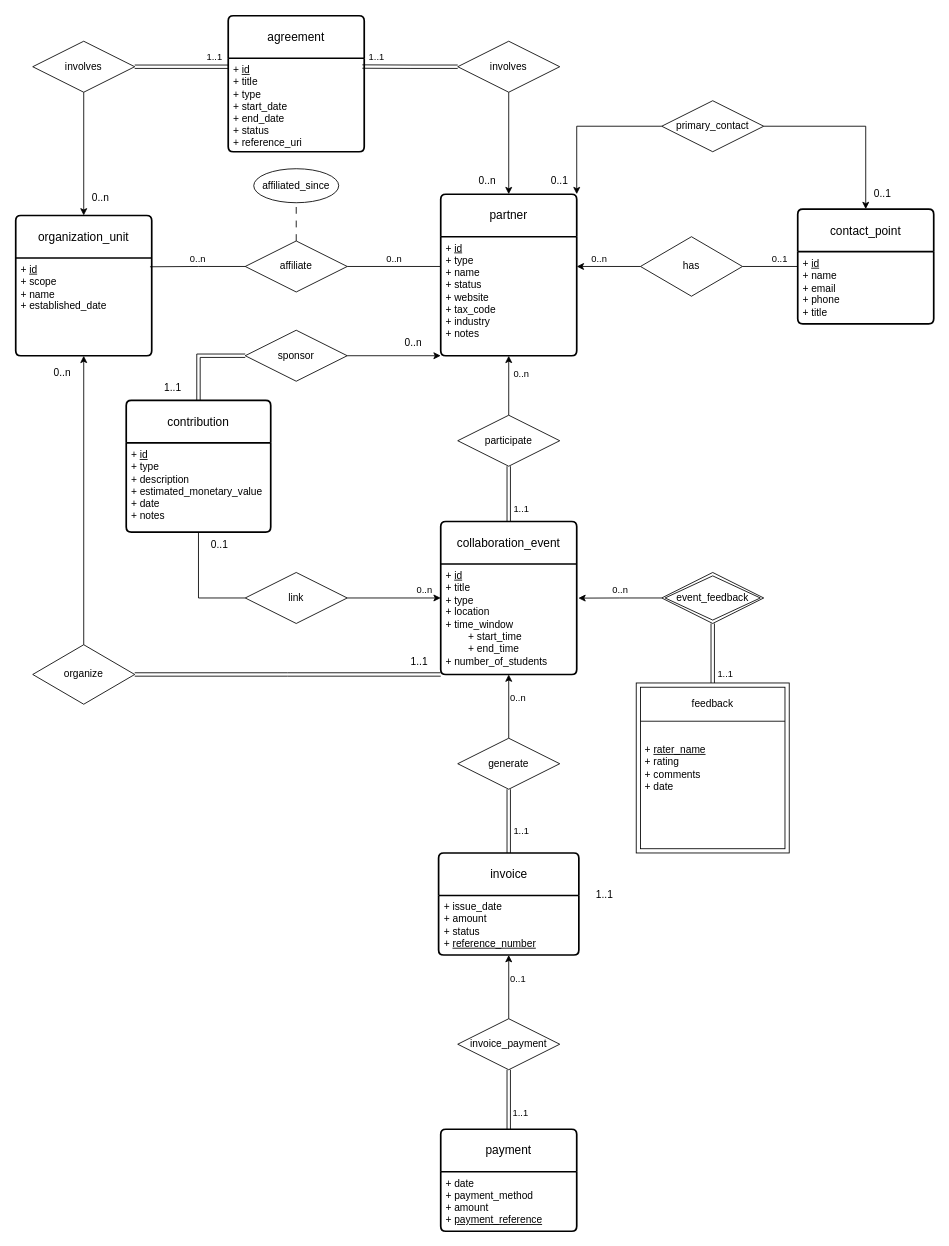
This is ERD-final.drawio from nduc03/cs4420-project, a draw.io file, before an edit. Source tidied: cells renumbered, new cells numbered last; positions are measured from the earlier drawing's top-left corner, leaving out a move shared by most shapes. Both pictures are drawn from the tidied source at 85%, with x=0, y=0 at pixel (15, 15).
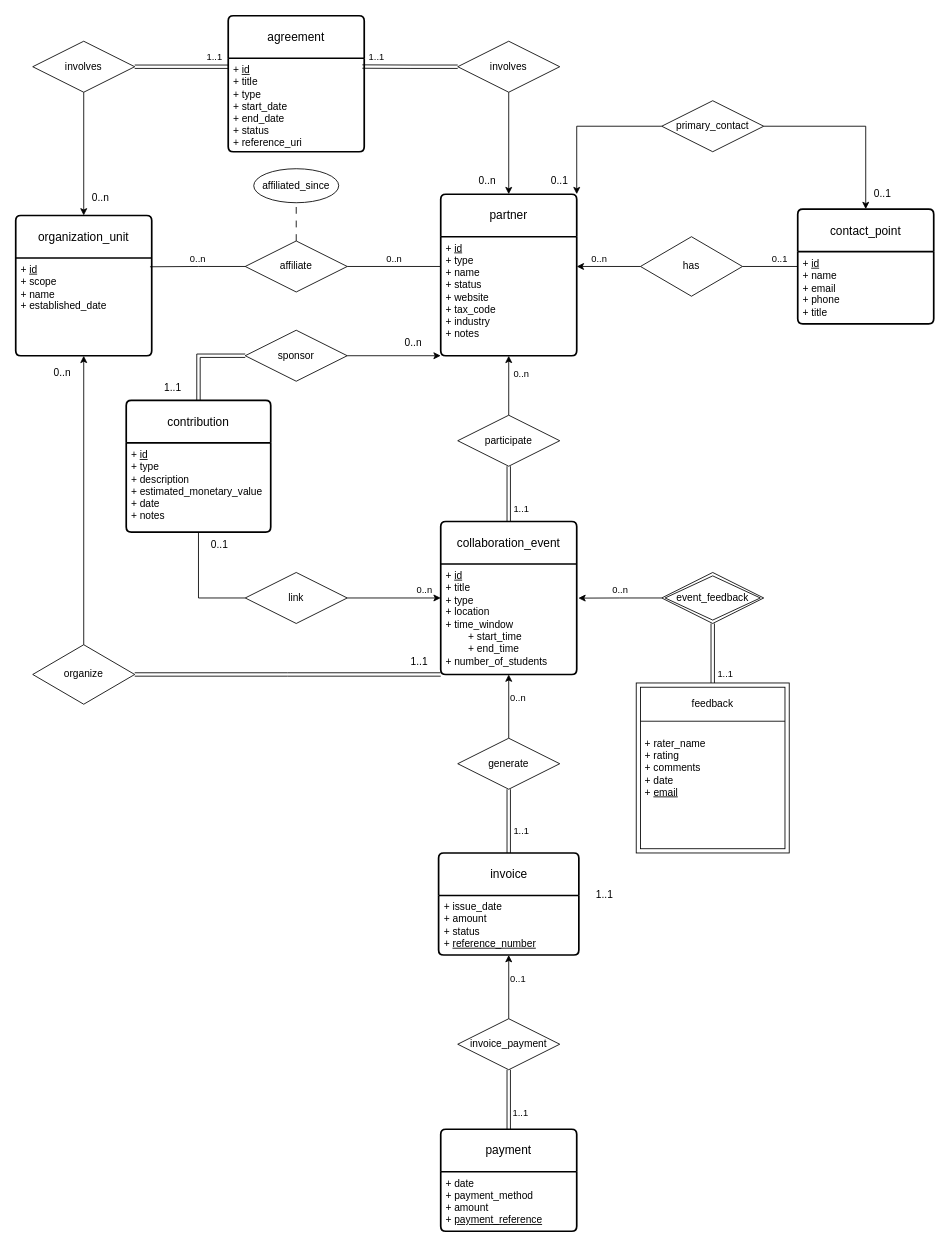
Above is the later version.

Change to the diagram source:
```diff
@@
-    <mxCell id="35" value="&amp;nbsp;&lt;span style=&quot;background-color: transparent; color: light-dark(rgb(0, 0, 0), rgb(255, 255, 255));&quot;&gt;+ &lt;u&gt;rater_name&lt;/u&gt;&lt;/span&gt;&lt;div&gt;&amp;nbsp;+ rating&lt;/div&gt;&lt;div&gt;&amp;nbsp;+ comments&lt;/div&gt;&lt;div&gt;&amp;nbsp;+ date&lt;/div&gt;" style="shape=ext;margin=3;double=1;whiteSpace=wrap;html=1;align=left;rounded=0;" parent="1" vertex="1">
+    <mxCell id="35" value="&amp;nbsp;&lt;span style=&quot;background-color: transparent; color: light-dark(rgb(0, 0, 0), rgb(255, 255, 255));&quot;&gt;+ rater_name&lt;/span&gt;&lt;div&gt;&amp;nbsp;+ rating&lt;/div&gt;&lt;div&gt;&amp;nbsp;+ comments&lt;/div&gt;&lt;div&gt;&amp;nbsp;+ date&lt;/div&gt;&lt;div&gt;&amp;nbsp;+ &lt;u&gt;email&lt;/u&gt;&lt;/div&gt;" style="shape=ext;margin=3;double=1;whiteSpace=wrap;html=1;align=left;rounded=0;" parent="1" vertex="1">
       <mxGeometry x="730" y="785" width="180" height="200" as="geometry" />
     </mxCell>
```
